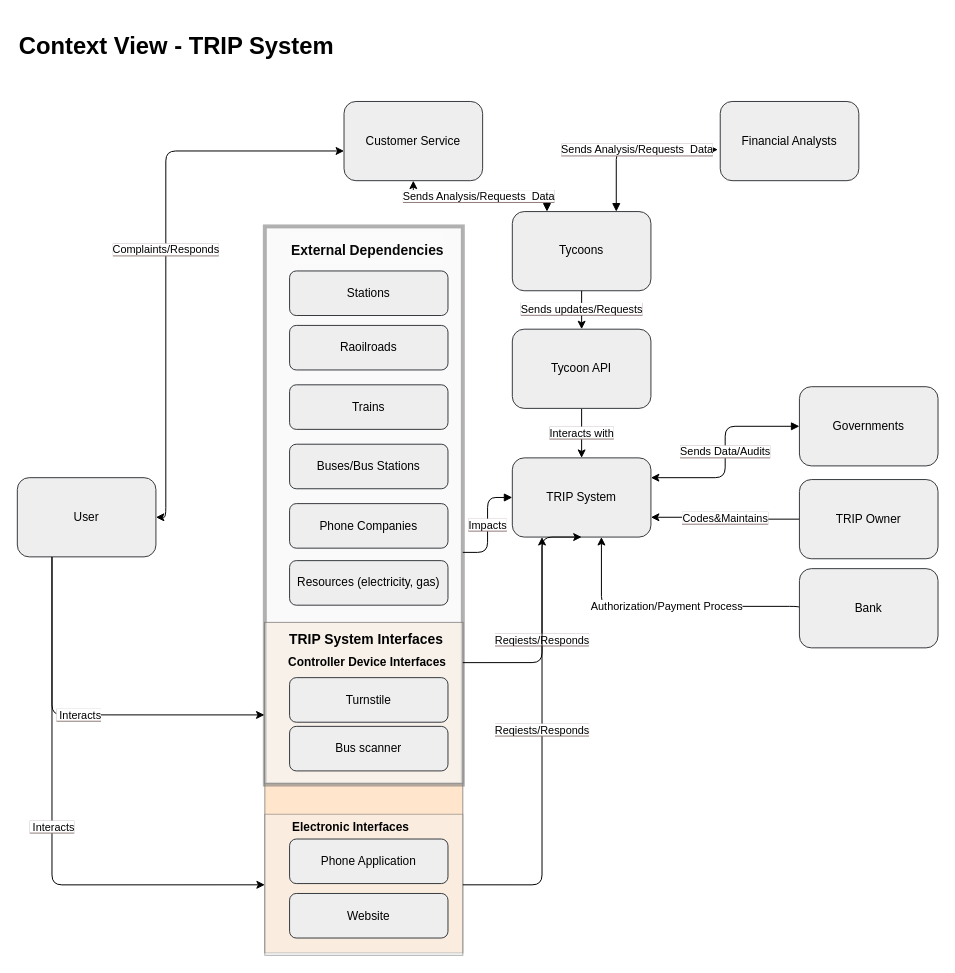
Earlier version of the draw.io diagram drawings/context_view.drawio (aleCombi/SoftwareArchitecture). Source tidied: cells renumbered, new cells numbered last; positions are measured from the earlier drawing's top-left corner, leaving out a move shared by most shapes. Both pictures are drawn from the tidied source at 99%, with x=0, y=0 at pixel (17, 32).
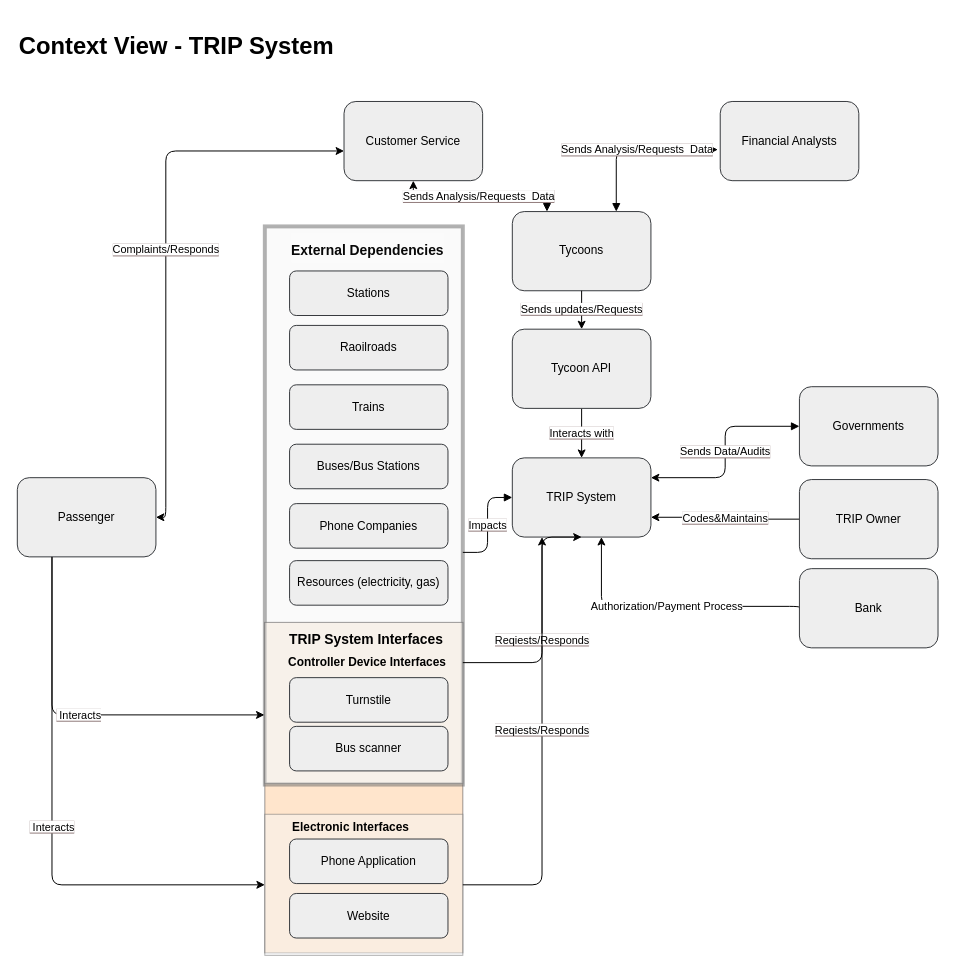
After the change.

Change to the diagram source:
```diff
@@
-    <mxCell id="26" value="User" style="rounded=1;whiteSpace=wrap;html=1;fillColor=#eeeeee;strokeColor=#36393d;" parent="1" vertex="1">
+    <mxCell id="26" value="Passenger" style="rounded=1;whiteSpace=wrap;html=1;fillColor=#eeeeee;strokeColor=#36393d;" parent="1" vertex="1">
       <mxGeometry y="450" width="140" height="80" as="geometry" />
     </mxCell>
```
